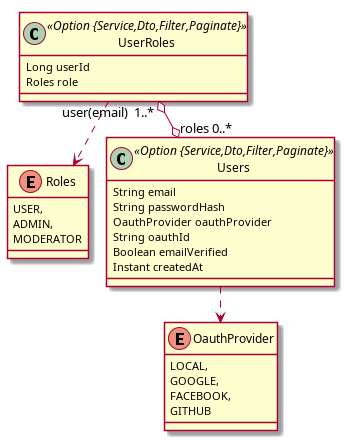
The PlantUML diagram infra/db/jdl/auth_db.png in phungle2508/AppF4, before a commit.
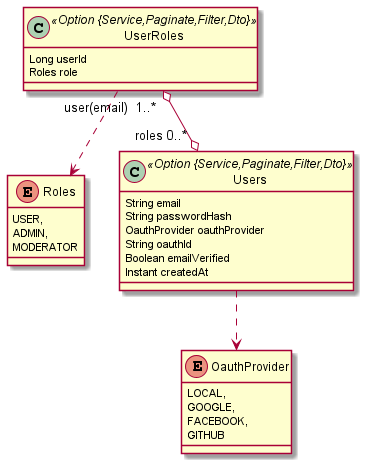
Above is the later version.

Change to the diagram source:
```diff
@@ -1,5 +1,4 @@
 @startuml
-	!pragma layout smetana
 	!pragma syntax class
 	enum Roles {
 		USER,
@@ -12,7 +11,7 @@
 		FACEBOOK,
 		GITHUB
 	}
-	class Users <<Option {Service,Dto,Filter,Paginate}>> {
+	class Users <<Option {Service,Paginate,Filter,Dto}>> {
 		String email
 		String passwordHash
 		OauthProvider oauthProvider
@@ -21,7 +20,7 @@
 		Instant createdAt
 	}
 	Users ..> OauthProvider
-	class UserRoles <<Option {Service,Dto,Filter,Paginate}>> {
+	class UserRoles <<Option {Service,Paginate,Filter,Dto}>> {
 		Long userId
 		Roles role
 	}
```
